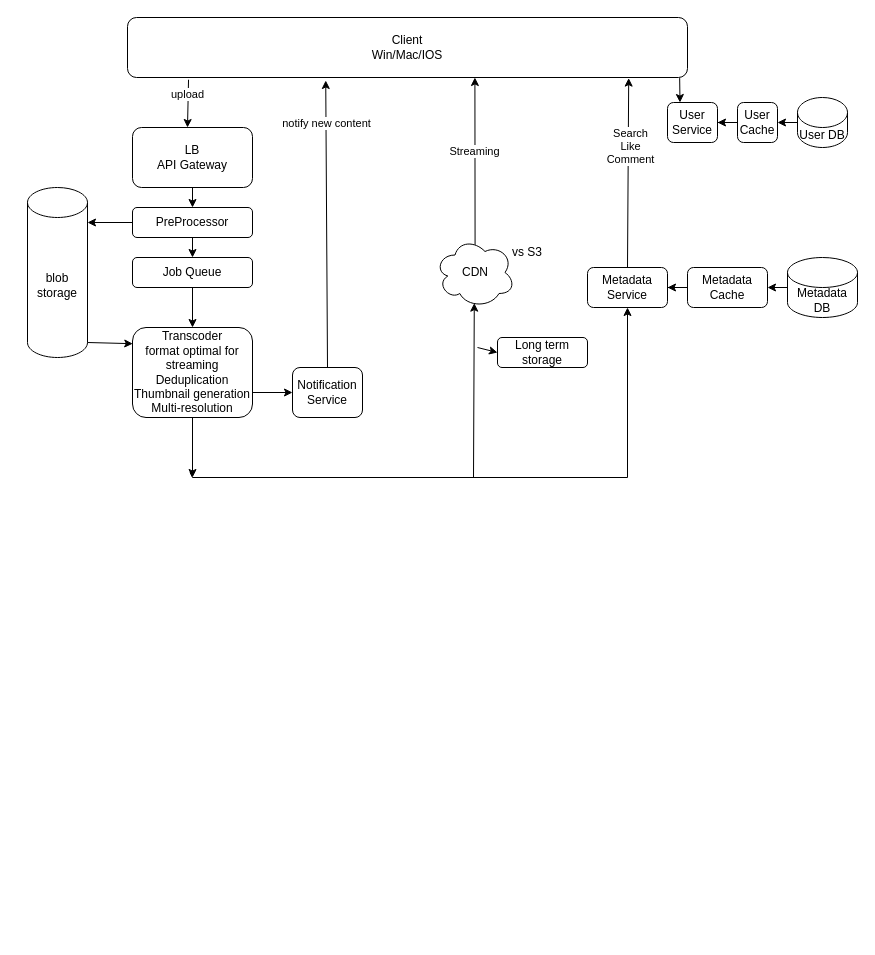
xwq172677170/SysdDiagram keeps this draw.io diagram as 8_YoutubeNetflix.drawio. Above is the earlier version. Source tidied: cells renumbered, new cells numbered last; positions are measured from the earlier drawing's top-left corner, leaving out a move shared by most shapes. Both pictures are drawn from the tidied source at 100%, with x=0, y=0 at pixel (27, 17).
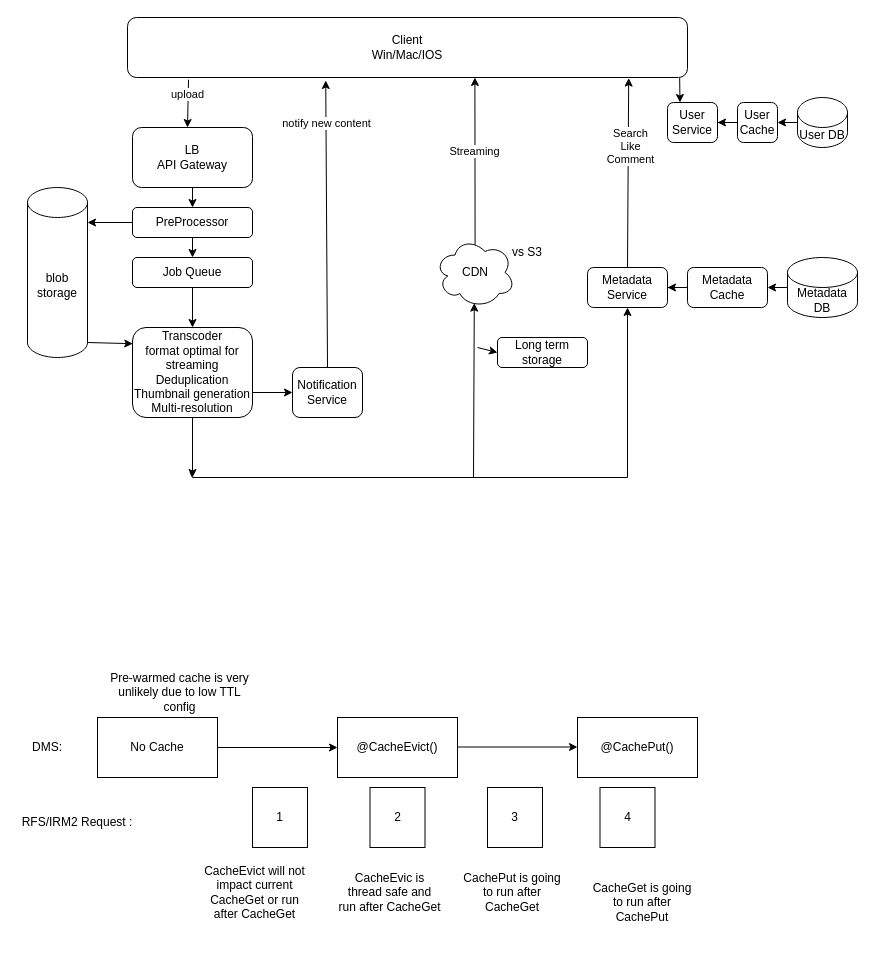
Above is the later version.

The edit, as a diff of the source:
```diff
@@
+    <mxCell id="41" value="No Cache" style="rounded=0;whiteSpace=wrap;html=1;" parent="1" vertex="1">
+      <mxGeometry x="70" y="700" width="120" height="60" as="geometry" />
+    </mxCell>
+    <mxCell id="42" value="@CacheEvict()" style="rounded=0;whiteSpace=wrap;html=1;" parent="1" vertex="1">
+      <mxGeometry x="310" y="700" width="120" height="60" as="geometry" />
+    </mxCell>
+    <mxCell id="43" value="@CachePut()" style="rounded=0;whiteSpace=wrap;html=1;" parent="1" vertex="1">
+      <mxGeometry x="550" y="700" width="120" height="60" as="geometry" />
+    </mxCell>
+    <mxCell id="44" value="1" style="rounded=0;whiteSpace=wrap;html=1;" parent="1" vertex="1">
+      <mxGeometry x="225" y="770" width="55" height="60" as="geometry" />
+    </mxCell>
+    <mxCell id="45" value="2" style="rounded=0;whiteSpace=wrap;html=1;" parent="1" vertex="1">
+      <mxGeometry x="342.5" y="770" width="55" height="60" as="geometry" />
+    </mxCell>
+    <mxCell id="46" value="3" style="rounded=0;whiteSpace=wrap;html=1;" parent="1" vertex="1">
+      <mxGeometry x="460" y="770" width="55" height="60" as="geometry" />
+    </mxCell>
+    <mxCell id="47" value="4" style="rounded=0;whiteSpace=wrap;html=1;" parent="1" vertex="1">
+      <mxGeometry x="572.5" y="770" width="55" height="60" as="geometry" />
+    </mxCell>
+    <mxCell id="48" value="Pre-warmed cache is very unlikely due to low TTL config" style="text;html=1;align=center;verticalAlign=middle;whiteSpace=wrap;rounded=0;" parent="1" vertex="1">
+      <mxGeometry x="80" y="660" width="145" height="30" as="geometry" />
+    </mxCell>
+    <mxCell id="49" value="CacheEvict will not impact current CacheGet or run after CacheGet" style="text;html=1;align=center;verticalAlign=middle;whiteSpace=wrap;rounded=0;" parent="1" vertex="1">
+      <mxGeometry x="175" y="840" width="105" height="70" as="geometry" />
+    </mxCell>
+    <mxCell id="50" value="CacheEvic is thread safe and run after CacheGet" style="text;html=1;align=center;verticalAlign=middle;whiteSpace=wrap;rounded=0;" parent="1" vertex="1">
+      <mxGeometry x="310" y="840" width="105" height="70" as="geometry" />
+    </mxCell>
+    <mxCell id="51" value="CachePut is going to run after CacheGet" style="text;html=1;align=center;verticalAlign=middle;whiteSpace=wrap;rounded=0;" parent="1" vertex="1">
+      <mxGeometry x="430" y="840" width="110" height="70" as="geometry" />
+    </mxCell>
+    <mxCell id="52" value="CacheGet is going to run after CachePut" style="text;html=1;align=center;verticalAlign=middle;whiteSpace=wrap;rounded=0;" parent="1" vertex="1">
+      <mxGeometry x="560" y="850" width="110" height="70" as="geometry" />
+    </mxCell>
+    <mxCell id="53" style="endArrow=classic;html=1;rounded=0;exitX=1;exitY=0.5;exitDx=0;exitDy=0;entryX=0;entryY=0.5;entryDx=0;entryDy=0;" parent="1" edge="1" source="41" target="42">
+      <mxGeometry relative="1" as="geometry" />
+    </mxCell>
+    <mxCell id="54" style="endArrow=classic;html=1;rounded=0;exitX=1;exitY=0.5;exitDx=0;exitDy=0;entryX=0;entryY=0.5;entryDx=0;entryDy=0;" parent="1" edge="1">
+      <mxGeometry relative="1" as="geometry">
+        <mxPoint x="430" y="729.5" as="sourcePoint" />
+        <mxPoint x="550" y="729.5" as="targetPoint" />
+      </mxGeometry>
+    </mxCell>
+    <mxCell id="55" value="DMS:" style="text;html=1;align=center;verticalAlign=middle;whiteSpace=wrap;rounded=0;" parent="1" vertex="1">
+      <mxGeometry x="-10" y="715" width="60" height="30" as="geometry" />
+    </mxCell>
+    <mxCell id="56" value="RFS/IRM2 Request :" style="text;html=1;align=center;verticalAlign=middle;whiteSpace=wrap;rounded=0;" parent="1" vertex="1">
+      <mxGeometry x="-10" y="790" width="120" height="30" as="geometry" />
+    </mxCell>
```
